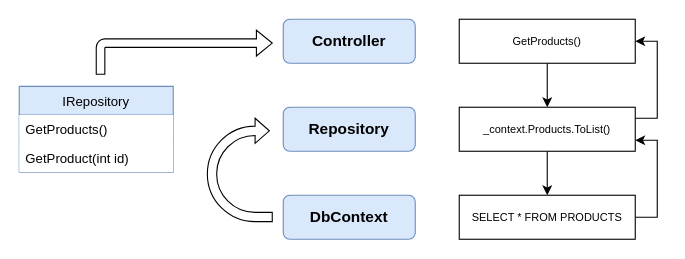
The draw.io diagram page "Repository Pattern" (2 of 2) of guidelines/diagrams/Repository Pattern.drawio in GiangNguyenDev/today-i-learned, before the edit. Source tidied: cells renumbered, new cells numbered last; positions are measured from the earlier drawing's top-left corner, leaving out a move shared by most shapes. Both pictures are drawn from the tidied source at 110%, with x=0, y=0 at pixel (19, 19).
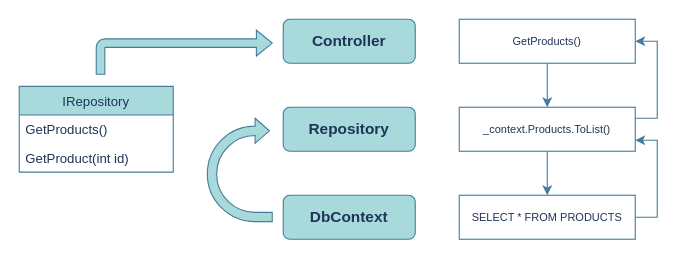
Above is the later version.

The edit, as a diff of the source:
```diff
@@
-<mxGraphModel>
+<mxGraphModel background="#ffffff">
   <root>
     <mxCell id="0" />
     <mxCell id="1" parent="0" />
-    <mxCell id="2" value="Controller" style="rounded=1;whiteSpace=wrap;html=1;fillColor=#dae8fc;strokeColor=#6c8ebf;fontSize=14;fontStyle=1;" parent="1" vertex="1">
+    <mxCell id="2" value="Controller" style="rounded=1;whiteSpace=wrap;html=1;fillColor=#A8DADC;strokeColor=#457B9D;fontSize=14;fontStyle=1;labelBackgroundColor=none;fontColor=#1D3557;" parent="1" vertex="1">
       <mxGeometry x="240" width="120" height="40" as="geometry" />
     </mxCell>
-    <mxCell id="3" value="Repository" style="rounded=1;whiteSpace=wrap;html=1;fillColor=#dae8fc;strokeColor=#6c8ebf;fontSize=14;fontStyle=1;" parent="1" vertex="1">
+    <mxCell id="3" value="Repository" style="rounded=1;whiteSpace=wrap;html=1;fillColor=#A8DADC;strokeColor=#457B9D;fontSize=14;fontStyle=1;labelBackgroundColor=none;fontColor=#1D3557;" parent="1" vertex="1">
       <mxGeometry x="240" y="80" width="120" height="40" as="geometry" />
     </mxCell>
-    <mxCell id="4" value="DbContext" style="rounded=1;whiteSpace=wrap;html=1;fillColor=#dae8fc;strokeColor=#6c8ebf;fontSize=14;fontStyle=1;" parent="1" vertex="1">
+    <mxCell id="4" value="DbContext" style="rounded=1;whiteSpace=wrap;html=1;fillColor=#A8DADC;strokeColor=#457B9D;fontSize=14;fontStyle=1;labelBackgroundColor=none;fontColor=#1D3557;" parent="1" vertex="1">
       <mxGeometry x="240" y="160" width="120" height="40" as="geometry" />
     </mxCell>
-    <mxCell id="5" value="IRepository" style="swimlane;fontStyle=0;horizontal=1;startSize=26;fillColor=#dae8fc;strokeColor=#6c8ebf;" parent="1" vertex="1">
+    <mxCell id="5" value="IRepository" style="swimlane;fontStyle=0;horizontal=1;startSize=26;fillColor=#A8DADC;strokeColor=#457B9D;labelBackgroundColor=none;fontColor=#1D3557;" parent="1" vertex="1">
       <mxGeometry y="61" width="140" height="78" as="geometry" />
     </mxCell>
-    <mxCell id="6" value="GetProducts()" style="text;strokeColor=none;fillColor=default;align=left;verticalAlign=top;spacingLeft=4;spacingRight=4;overflow=hidden;" parent="5" vertex="1">
+    <mxCell id="6" value="GetProducts()" style="text;strokeColor=none;fillColor=none;align=left;verticalAlign=top;spacingLeft=4;spacingRight=4;overflow=hidden;labelBackgroundColor=none;fontColor=#1D3557;" parent="5" vertex="1">
       <mxGeometry y="26" width="140" height="26" as="geometry" />
     </mxCell>
-    <mxCell id="7" value="GetProduct(int id)" style="text;strokeColor=none;fillColor=default;align=left;verticalAlign=top;spacingLeft=4;spacingRight=4;overflow=hidden;" parent="5" vertex="1">
+    <mxCell id="7" value="GetProduct(int id)" style="text;strokeColor=none;fillColor=none;align=left;verticalAlign=top;spacingLeft=4;spacingRight=4;overflow=hidden;labelBackgroundColor=none;fontColor=#1D3557;" parent="5" vertex="1">
       <mxGeometry y="52" width="140" height="26" as="geometry" />
     </mxCell>
-    <mxCell id="8" style="html=1;shadow=0;dashed=0;align=center;verticalAlign=middle;shape=mxgraph.arrows2.bendArrow;dy=3.9;dx=14.4;notch=0;arrowHead=23.4;rounded=1;" parent="1" vertex="1">
+    <mxCell id="8" style="html=1;shadow=0;dashed=0;align=center;verticalAlign=middle;shape=mxgraph.arrows2.bendArrow;dy=3.9;dx=14.4;notch=0;arrowHead=23.4;rounded=1;labelBackgroundColor=none;fillColor=#A8DADC;strokeColor=#457B9D;fontColor=#1D3557;" parent="1" vertex="1">
       <mxGeometry x="70" y="10" width="160" height="40" as="geometry" />
     </mxCell>
-    <mxCell id="9" style="html=1;shadow=0;dashed=0;align=center;verticalAlign=middle;shape=mxgraph.arrows2.uTurnArrow;dy=4.23;arrowHead=22.87;dx2=12.97;rounded=1;" parent="1" vertex="1">
+    <mxCell id="9" style="html=1;shadow=0;dashed=0;align=center;verticalAlign=middle;shape=mxgraph.arrows2.uTurnArrow;dy=4.23;arrowHead=22.87;dx2=12.97;rounded=1;labelBackgroundColor=none;fillColor=#A8DADC;strokeColor=#457B9D;fontColor=#1D3557;" parent="1" vertex="1">
       <mxGeometry x="171" y="90" width="59" height="94" as="geometry" />
     </mxCell>
-    <mxCell id="10" style="edgeStyle=orthogonalEdgeStyle;rounded=0;jettySize=auto;html=1;fontSize=10;" parent="1" edge="1" source="11" target="14">
+    <mxCell id="10" style="edgeStyle=orthogonalEdgeStyle;rounded=0;jettySize=auto;html=1;fontSize=10;labelBackgroundColor=none;strokeColor=#457B9D;fontColor=default;" parent="1" edge="1" source="11" target="14">
       <mxGeometry relative="1" as="geometry" />
     </mxCell>
-    <mxCell id="11" value="GetProducts()" style="rounded=0;whiteSpace=wrap;html=1;fontSize=10;" parent="1" vertex="1">
+    <mxCell id="11" value="GetProducts()" style="rounded=0;whiteSpace=wrap;html=1;fontSize=10;labelBackgroundColor=none;fillColor=none;strokeColor=#457B9D;fontColor=#1D3557;" parent="1" vertex="1">
       <mxGeometry x="400" width="160" height="40" as="geometry" />
     </mxCell>
-    <mxCell id="12" style="edgeStyle=orthogonalEdgeStyle;rounded=0;jettySize=auto;html=1;fontSize=10;" parent="1" edge="1" source="14" target="16">
+    <mxCell id="12" style="edgeStyle=orthogonalEdgeStyle;rounded=0;jettySize=auto;html=1;fontSize=10;labelBackgroundColor=none;strokeColor=#457B9D;fontColor=default;" parent="1" edge="1" source="14" target="16">
       <mxGeometry relative="1" as="geometry" />
     </mxCell>
-    <mxCell id="13" style="edgeStyle=orthogonalEdgeStyle;rounded=0;jettySize=auto;html=1;exitX=1;exitY=0.25;exitDx=0;exitDy=0;entryX=1;entryY=0.5;entryDx=0;entryDy=0;fontSize=10;" parent="1" edge="1" source="14" target="11">
+    <mxCell id="13" style="edgeStyle=orthogonalEdgeStyle;rounded=0;jettySize=auto;html=1;exitX=1;exitY=0.25;exitDx=0;exitDy=0;entryX=1;entryY=0.5;entryDx=0;entryDy=0;fontSize=10;labelBackgroundColor=none;strokeColor=#457B9D;fontColor=default;" parent="1" edge="1" source="14" target="11">
       <mxGeometry relative="1" as="geometry" />
     </mxCell>
-    <mxCell id="14" value="_context.Products.ToList()" style="rounded=0;whiteSpace=wrap;html=1;fontSize=10;" parent="1" vertex="1">
+    <mxCell id="14" value="_context.Products.ToList()" style="rounded=0;whiteSpace=wrap;html=1;fontSize=10;labelBackgroundColor=none;fillColor=none;strokeColor=#457B9D;fontColor=#1D3557;" parent="1" vertex="1">
       <mxGeometry x="400" y="80" width="160" height="40" as="geometry" />
     </mxCell>
-    <mxCell id="15" style="edgeStyle=orthogonalEdgeStyle;rounded=0;jettySize=auto;html=1;entryX=1;entryY=0.75;entryDx=0;entryDy=0;fontSize=10;exitX=1;exitY=0.5;exitDx=0;exitDy=0;" parent="1" edge="1" source="16" target="14">
+    <mxCell id="15" style="edgeStyle=orthogonalEdgeStyle;rounded=0;jettySize=auto;html=1;entryX=1;entryY=0.75;entryDx=0;entryDy=0;fontSize=10;exitX=1;exitY=0.5;exitDx=0;exitDy=0;labelBackgroundColor=none;strokeColor=#457B9D;fontColor=default;" parent="1" edge="1" source="16" target="14">
       <mxGeometry relative="1" as="geometry" />
     </mxCell>
-    <mxCell id="16" value="SELECT * FROM PRODUCTS" style="rounded=0;whiteSpace=wrap;html=1;fontSize=10;" parent="1" vertex="1">
+    <mxCell id="16" value="SELECT * FROM PRODUCTS" style="rounded=0;whiteSpace=wrap;html=1;fontSize=10;labelBackgroundColor=none;fillColor=none;strokeColor=#457B9D;fontColor=#1D3557;" parent="1" vertex="1">
       <mxGeometry x="400" y="160" width="160" height="40" as="geometry" />
     </mxCell>
   </root>
 </mxGraphModel>
```
